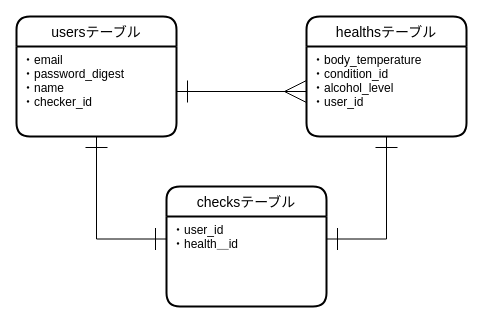
Before: database.dio in airi32490/health-check, a draw.io diagram. Source tidied: cells renumbered, new cells numbered last; positions are measured from the earlier drawing's top-left corner, leaving out a move shared by most shapes. Both pictures are drawn from the tidied source at 100%, with x=0, y=0 at pixel (16, 16).
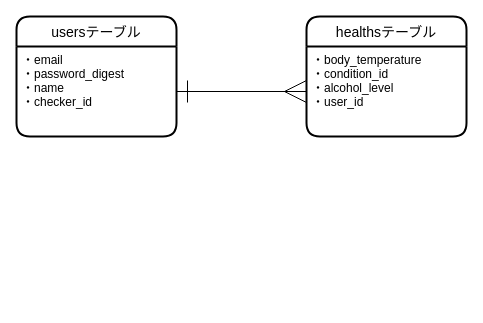
The same page after the edit.

What changed in the source:
```diff
@@
 <mxGraphModel>
   <root>
     <mxCell id="0" />
     <mxCell id="1" parent="0" />
     <mxCell id="2" value="usersテーブル" style="swimlane;horizontal=1;startSize=30;rounded=1;fontSize=14;fontStyle=0;strokeWidth=2;shadow=0;dashed=0;align=center;" parent="1" vertex="1">
       <mxGeometry width="160" height="120" as="geometry" />
     </mxCell>
     <mxCell id="3" value="・email&#10;・password_digest&#10;・name&#10;・checker_id" style="align=left;strokeColor=none;fillColor=none;spacingLeft=4;fontSize=12;verticalAlign=top;" parent="2" vertex="1">
       <mxGeometry y="30" width="160" height="90" as="geometry" />
     </mxCell>
-    <mxCell id="4" style="edgeStyle=orthogonalEdgeStyle;rounded=0;jettySize=auto;html=1;entryX=1;entryY=0.25;entryDx=0;entryDy=0;startArrow=ERone;startFill=0;startSize=20;endArrow=ERone;endFill=0;endSize=20;" parent="1" edge="1" source="5" target="8">
-      <mxGeometry relative="1" as="geometry" />
-    </mxCell>
     <mxCell id="5" value="healthsテーブル" style="swimlane;horizontal=1;startSize=30;rounded=1;fontSize=14;fontStyle=0;strokeWidth=2;shadow=0;dashed=0;align=center;" parent="1" vertex="1">
       <mxGeometry x="290" width="160" height="120" as="geometry" />
     </mxCell>
     <mxCell id="6" value="・body_temperature&#10;・condition_id&#10;・alcohol_level&#10;・user_id" style="align=left;strokeColor=none;fillColor=none;spacingLeft=4;fontSize=12;verticalAlign=top;" parent="5" vertex="1">
       <mxGeometry y="30" width="160" height="90" as="geometry" />
     </mxCell>
-    <mxCell id="7" value="checksテーブル" style="swimlane;horizontal=1;startSize=30;rounded=1;fontSize=14;fontStyle=0;strokeWidth=2;shadow=0;dashed=0;align=center;" parent="1" vertex="1">
-      <mxGeometry x="150" y="170" width="160" height="120" as="geometry" />
-    </mxCell>
-    <mxCell id="8" value="・user_id&#10;・health＿id" style="align=left;strokeColor=none;fillColor=none;spacingLeft=4;fontSize=12;verticalAlign=top;" parent="7" vertex="1">
-      <mxGeometry y="30" width="160" height="90" as="geometry" />
-    </mxCell>
     <mxCell id="9" style="edgeStyle=orthogonalEdgeStyle;rounded=0;jettySize=auto;html=1;exitX=1;exitY=0.5;exitDx=0;exitDy=0;entryX=0;entryY=0.5;entryDx=0;entryDy=0;endArrow=ERmany;endFill=0;endSize=20;startArrow=ERone;startFill=0;startSize=20;" parent="1" edge="1" source="3" target="6">
       <mxGeometry relative="1" as="geometry" />
     </mxCell>
-    <mxCell id="10" style="edgeStyle=orthogonalEdgeStyle;rounded=0;jettySize=auto;html=1;entryX=0;entryY=0.25;entryDx=0;entryDy=0;startArrow=ERone;startFill=0;startSize=20;endArrow=ERone;endFill=0;endSize=20;" parent="1" edge="1" source="3" target="8">
-      <mxGeometry relative="1" as="geometry" />
-    </mxCell>
   </root>
 </mxGraphModel>
```
